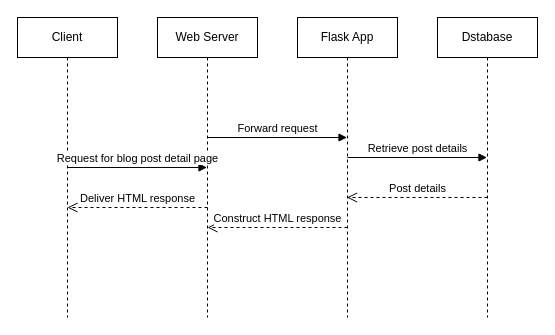
Earlier version of the draw.io diagram 未命名绘图.drawio (Yanjia1018/FinTech545_Spring2024). Source tidied: cells renumbered, new cells numbered last; positions are measured from the earlier drawing's top-left corner, leaving out a move shared by most shapes. Both pictures are drawn from the tidied source at 100%, with x=0, y=0 at pixel (17, 17).
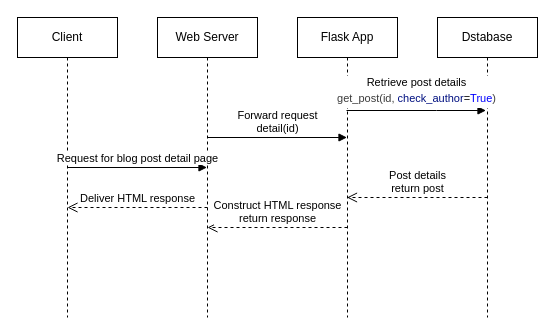
Above is the later version.

Commit message (it also covers changes not shown here):
更新未命名绘图.drawio

Unchanged cells that the change refers to:
```xml
<mxCell id="5" value="Flask App" style="shape=umlLifeline;perimeter=lifelinePerimeter;whiteSpace=wrap;html=1;outlineConnect=0;portConstraint=eastwest;newEdgeStyle={&quot;edgeStyle&quot;:&quot;elbowEdgeStyle&quot;,&quot;elbow&quot;:&quot;vertical&quot;,&quot;curved&quot;:0,&quot;rounded&quot;:0};" parent="1" vertex="1">
  <mxGeometry x="280" width="100" height="300" as="geometry" />
</mxCell>
<mxCell id="6" value="Dstabase" style="shape=umlLifeline;perimeter=lifelinePerimeter;whiteSpace=wrap;html=1;outlineConnect=0;portConstraint=eastwest;newEdgeStyle={&quot;edgeStyle&quot;:&quot;elbowEdgeStyle&quot;,&quot;elbow&quot;:&quot;vertical&quot;,&quot;curved&quot;:0,&quot;rounded&quot;:0};" parent="1" vertex="1">
  <mxGeometry x="420" width="100" height="300" as="geometry" />
</mxCell>
```

The edit, as a diff of the source:
```diff
@@
-    <mxCell id="7" value="Forward request" style="html=1;verticalAlign=bottom;endArrow=block;edgeStyle=elbowEdgeStyle;elbow=vertical;curved=0;rounded=0;" parent="1" edge="1" target="5">
+    <mxCell id="7" value="Forward request&lt;br&gt;detail(id)" style="html=1;verticalAlign=bottom;endArrow=block;edgeStyle=elbowEdgeStyle;elbow=vertical;curved=0;rounded=0;" parent="1" edge="1" target="5">
       <mxGeometry relative="1" as="geometry">
         <mxPoint x="190" y="120" as="sourcePoint" />
         <Array as="points">
           <mxPoint x="280" y="120" />
         </Array>
       </mxGeometry>
     </mxCell>
-    <mxCell id="8" value="Retrieve post details" style="html=1;verticalAlign=bottom;endArrow=block;edgeStyle=elbowEdgeStyle;elbow=vertical;curved=0;rounded=0;" parent="1" edge="1" target="6">
+    <mxCell id="8" value="&lt;font style=&quot;font-size: 11px;&quot; face=&quot;Helvetica&quot;&gt;Retrieve post details&lt;br&gt;&lt;/font&gt;&lt;div style=&quot;color: rgb(59, 59, 59); line-height: 19px;&quot;&gt;&lt;font face=&quot;Helvetica&quot; style=&quot;font-size: 11px;&quot;&gt;&lt;font style=&quot;font-size: 11px;&quot;&gt;get_post(&lt;/font&gt;id, &lt;span style=&quot;color: rgb(0, 16, 128);&quot;&gt;check_author&lt;/span&gt;&lt;span style=&quot;color: rgb(0, 0, 0);&quot;&gt;=&lt;/span&gt;&lt;span style=&quot;color: rgb(0, 0, 255);&quot;&gt;True&lt;/span&gt;)&lt;/font&gt;&lt;/div&gt;" style="html=1;verticalAlign=bottom;endArrow=block;edgeStyle=elbowEdgeStyle;elbow=vertical;curved=0;rounded=0;" parent="1" edge="1">
       <mxGeometry relative="1" as="geometry">
-        <mxPoint x="330" y="140" as="sourcePoint" />
+        <mxPoint x="329" y="93" as="sourcePoint" />
+        <mxPoint x="468.5" y="93" as="targetPoint" />
         <Array as="points">
-          <mxPoint x="420" y="140" />
+          <mxPoint x="419" y="93" />
         </Array>
       </mxGeometry>
     </mxCell>
-    <mxCell id="9" value="Post details" style="html=1;verticalAlign=bottom;endArrow=open;dashed=1;endSize=8;edgeStyle=elbowEdgeStyle;elbow=vertical;curved=0;rounded=0;" parent="1" edge="1" target="5">
+    <mxCell id="9" value="Post details&lt;br&gt;return post" style="html=1;verticalAlign=bottom;endArrow=open;dashed=1;endSize=8;edgeStyle=elbowEdgeStyle;elbow=horizontal;curved=0;rounded=0;" parent="1" edge="1" target="5">
       <mxGeometry relative="1" as="geometry">
         <mxPoint x="470" y="180" as="sourcePoint" />
         <Array as="points">
           <mxPoint x="395" y="180" />
         </Array>
       </mxGeometry>
     </mxCell>
-    <mxCell id="10" value="Construct HTML response" style="html=1;verticalAlign=bottom;endArrow=open;dashed=1;endSize=8;edgeStyle=elbowEdgeStyle;elbow=vertical;curved=0;rounded=0;" parent="1" edge="1">
+    <mxCell id="10" value="Construct HTML response&lt;br&gt;return response" style="html=1;verticalAlign=bottom;endArrow=open;dashed=1;endSize=8;edgeStyle=elbowEdgeStyle;elbow=vertical;curved=0;rounded=0;" parent="1" edge="1">
       <mxGeometry relative="1" as="geometry">
         <mxPoint x="330" y="210" as="sourcePoint" />
         <mxPoint x="190" y="210" as="targetPoint" />
         <Array as="points">
           <mxPoint x="255" y="210" />
         </Array>
       </mxGeometry>
     </mxCell>
```
